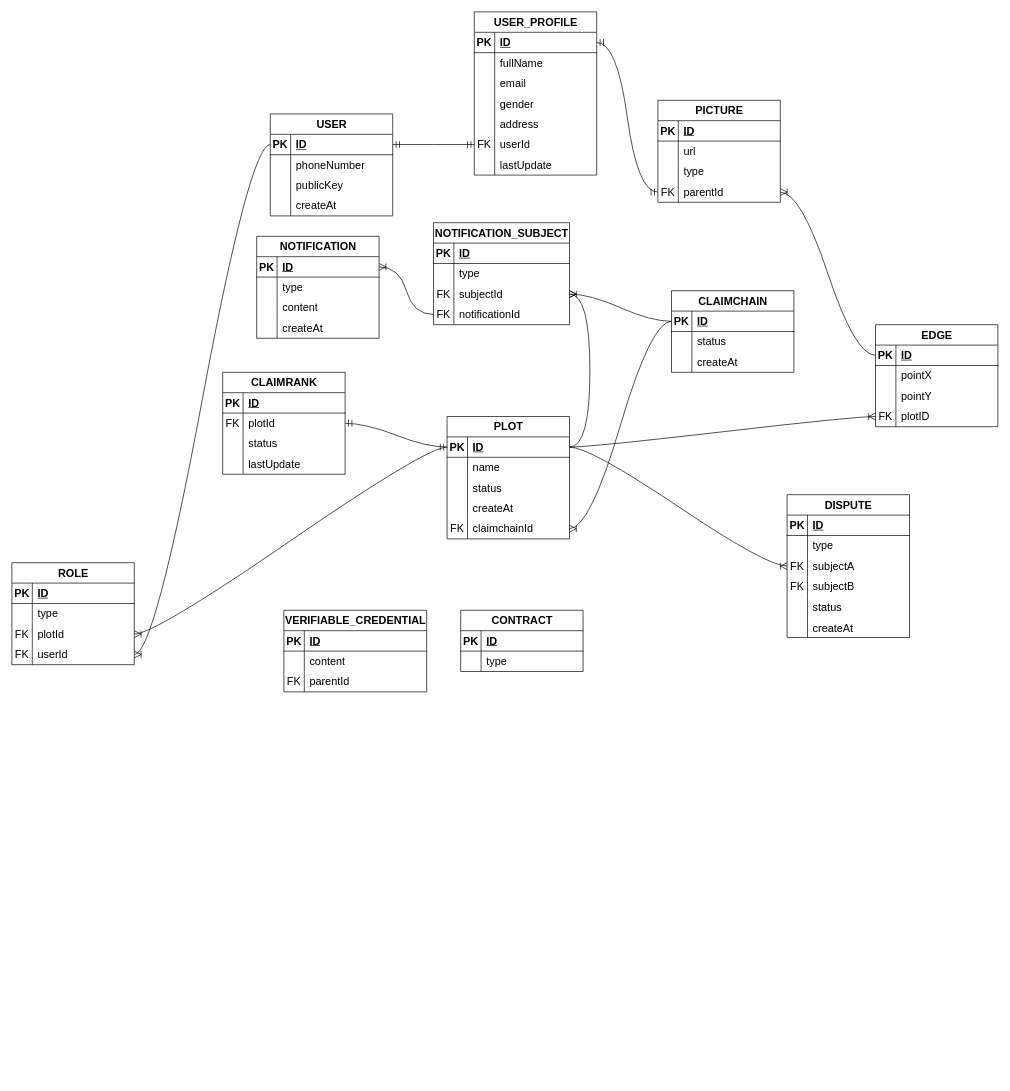
The draw.io diagram Untitled Diagram.drawio in qukhangfx/Commonlands-DrawIO, before the edit. Source tidied: cells renumbered, new cells numbered last; positions are measured from the earlier drawing's top-left corner, leaving out a move shared by most shapes. Both pictures are drawn from the tidied source at 68%, with x=0, y=0 at pixel (12, 12).
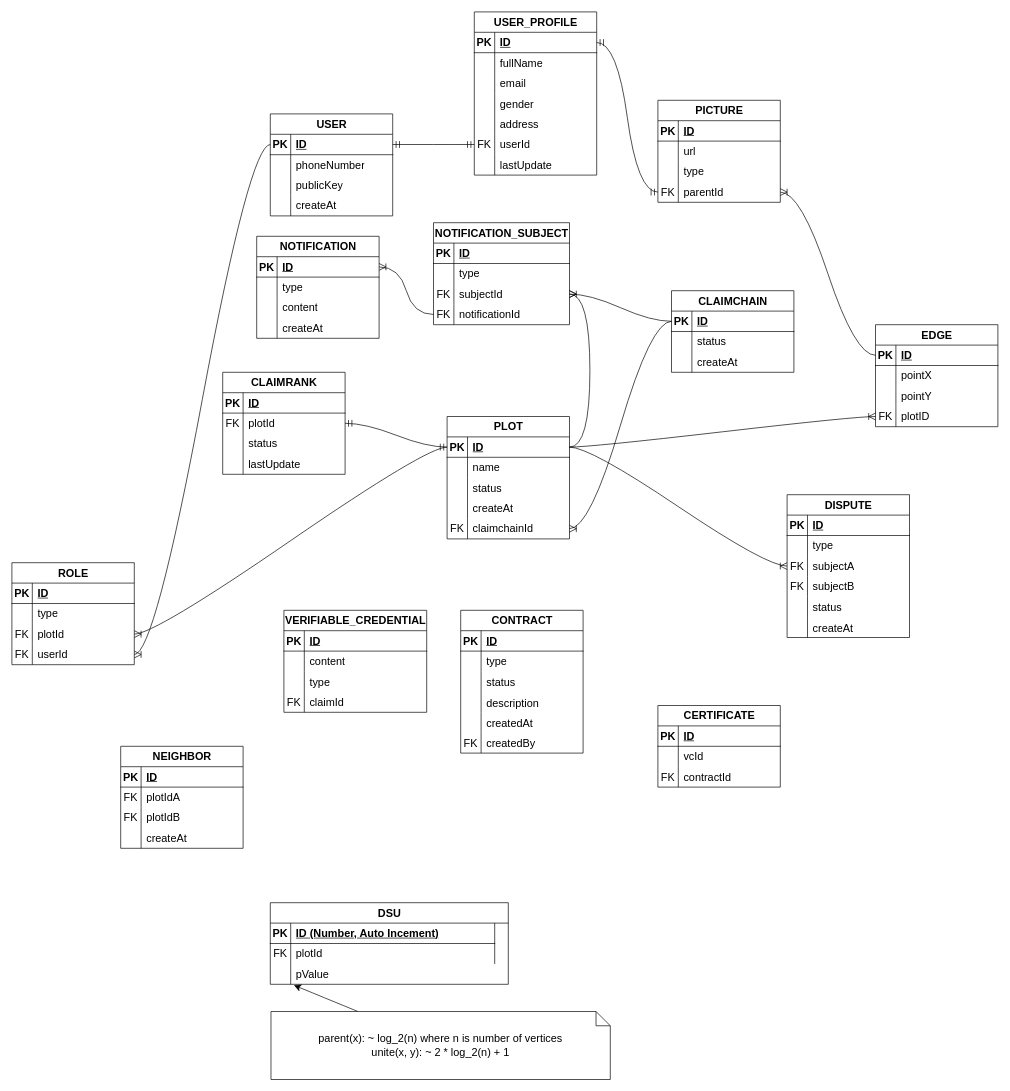
Above is the later version.

Change to the diagram source:
```diff
@@
     <mxCell id="155" value="VERIFIABLE_CREDENTIAL" style="shape=table;startSize=30;childLayout=tableLayout;rowLines=0;fontStyle=1;align=center;html=1;fontSize=16;" parent="1" vertex="1">
-      <mxGeometry x="400" y="880" width="210" height="120" as="geometry" />
+      <mxGeometry x="400" y="880" width="210" height="150" as="geometry" />
     </mxCell>
@@
+    <mxCell id="190" style="shape=tableRow;horizontal=0;startSize=0;swimlaneHead=0;swimlaneBody=0;fillColor=none;top=0;left=0;right=0;bottom=0;fontSize=16;" parent="155" vertex="1">
+      <mxGeometry y="90" width="210" height="30" as="geometry" />
+    </mxCell>
+    <mxCell id="191" style="shape=partialRectangle;fillColor=none;top=0;left=0;bottom=0;right=0;overflow=hidden;fontSize=16;" parent="190" vertex="1">
+      <mxGeometry width="30" height="30" as="geometry" />
+    </mxCell>
+    <mxCell id="192" value="type" style="shape=partialRectangle;fillColor=none;top=0;left=0;bottom=0;right=0;align=left;spacingLeft=6;overflow=hidden;fontSize=16;" parent="190" vertex="1">
+      <mxGeometry x="30" width="180" height="30" as="geometry" />
+    </mxCell>
     <mxCell id="162" style="shape=tableRow;horizontal=0;startSize=0;swimlaneHead=0;swimlaneBody=0;fillColor=none;top=0;left=0;right=0;bottom=0;fontSize=16;" parent="155" vertex="1">
-      <mxGeometry y="90" width="210" height="30" as="geometry" />
+      <mxGeometry y="120" width="210" height="30" as="geometry" />
     </mxCell>
@@
-    <mxCell id="164" value="parentId" style="shape=partialRectangle;fillColor=none;top=0;left=0;bottom=0;right=0;align=left;spacingLeft=6;fontStyle=0;overflow=hidden;whiteSpace=wrap;html=1;fontSize=16;" parent="162" vertex="1">
+    <mxCell id="164" value="claimId" style="shape=partialRectangle;fillColor=none;top=0;left=0;bottom=0;right=0;align=left;spacingLeft=6;fontStyle=0;overflow=hidden;whiteSpace=wrap;html=1;fontSize=16;" parent="162" vertex="1">
       <mxGeometry x="30" width="180" height="30" as="geometry" />
     </mxCell>
     <mxCell id="165" value="CONTRACT" style="shape=table;startSize=30;childLayout=tableLayout;rowLines=0;fontStyle=1;align=center;html=1;fontSize=16;" parent="1" vertex="1">
-      <mxGeometry x="660" y="880" width="180" height="90" as="geometry" />
+      <mxGeometry x="660" y="880" width="180" height="210" as="geometry" />
     </mxCell>
@@
+    <mxCell id="193" style="shape=tableRow;horizontal=0;startSize=0;swimlaneHead=0;swimlaneBody=0;fillColor=none;top=0;left=0;right=0;bottom=0;fontSize=16;" parent="165" vertex="1">
+      <mxGeometry y="90" width="180" height="30" as="geometry" />
+    </mxCell>
+    <mxCell id="194" style="shape=partialRectangle;fillColor=none;top=0;left=0;bottom=0;right=0;overflow=hidden;fontSize=16;" parent="193" vertex="1">
+      <mxGeometry width="30" height="30" as="geometry" />
+    </mxCell>
+    <mxCell id="195" value="status" style="shape=partialRectangle;fillColor=none;top=0;left=0;bottom=0;right=0;align=left;spacingLeft=6;overflow=hidden;fontSize=16;" parent="193" vertex="1">
+      <mxGeometry x="30" width="150" height="30" as="geometry" />
+    </mxCell>
+    <mxCell id="196" style="shape=tableRow;horizontal=0;startSize=0;swimlaneHead=0;swimlaneBody=0;fillColor=none;top=0;left=0;right=0;bottom=0;fontSize=16;" parent="165" vertex="1">
+      <mxGeometry y="120" width="180" height="30" as="geometry" />
+    </mxCell>
+    <mxCell id="197" style="shape=partialRectangle;fillColor=none;top=0;left=0;bottom=0;right=0;overflow=hidden;fontSize=16;" parent="196" vertex="1">
+      <mxGeometry width="30" height="30" as="geometry" />
+    </mxCell>
+    <mxCell id="198" value="description" style="shape=partialRectangle;fillColor=none;top=0;left=0;bottom=0;right=0;align=left;spacingLeft=6;overflow=hidden;fontSize=16;" parent="196" vertex="1">
+      <mxGeometry x="30" width="150" height="30" as="geometry" />
+    </mxCell>
+    <mxCell id="199" style="shape=tableRow;horizontal=0;startSize=0;swimlaneHead=0;swimlaneBody=0;fillColor=none;top=0;left=0;right=0;bottom=0;fontSize=16;" parent="165" vertex="1">
+      <mxGeometry y="150" width="180" height="30" as="geometry" />
+    </mxCell>
+    <mxCell id="200" style="shape=partialRectangle;fillColor=none;top=0;left=0;bottom=0;right=0;overflow=hidden;fontSize=16;" parent="199" vertex="1">
+      <mxGeometry width="30" height="30" as="geometry" />
+    </mxCell>
+    <mxCell id="201" value="createdAt" style="shape=partialRectangle;fillColor=none;top=0;left=0;bottom=0;right=0;align=left;spacingLeft=6;overflow=hidden;fontSize=16;" parent="199" vertex="1">
+      <mxGeometry x="30" width="150" height="30" as="geometry" />
+    </mxCell>
+    <mxCell id="202" style="shape=tableRow;horizontal=0;startSize=0;swimlaneHead=0;swimlaneBody=0;fillColor=none;top=0;left=0;right=0;bottom=0;fontSize=16;" parent="165" vertex="1">
+      <mxGeometry y="180" width="180" height="30" as="geometry" />
+    </mxCell>
+    <mxCell id="203" value="FK" style="shape=partialRectangle;fillColor=none;top=0;left=0;bottom=0;right=0;overflow=hidden;fontSize=16;" parent="202" vertex="1">
+      <mxGeometry width="30" height="30" as="geometry" />
+    </mxCell>
+    <mxCell id="204" value="createdBy" style="shape=partialRectangle;fillColor=none;top=0;left=0;bottom=0;right=0;align=left;spacingLeft=6;overflow=hidden;fontSize=16;" parent="202" vertex="1">
+      <mxGeometry x="30" width="150" height="30" as="geometry" />
+    </mxCell>
@@
+    <mxCell id="205" value="CERTIFICATE" style="shape=table;startSize=30;childLayout=tableLayout;rowLines=0;fontStyle=1;align=center;html=1;fontSize=16;" parent="1" vertex="1">
+      <mxGeometry x="950" y="1020" width="180" height="120" as="geometry" />
+    </mxCell>
+    <mxCell id="206" style="shape=tableRow;horizontal=0;startSize=0;swimlaneHead=0;swimlaneBody=0;fillColor=none;top=0;left=0;right=0;bottom=1;fontSize=16;" parent="205" vertex="1">
+      <mxGeometry y="30" width="180" height="30" as="geometry" />
+    </mxCell>
+    <mxCell id="207" value="PK" style="shape=partialRectangle;fillColor=none;top=0;left=0;bottom=0;right=0;fontStyle=1;overflow=hidden;whiteSpace=wrap;html=1;fontSize=16;" parent="206" vertex="1">
+      <mxGeometry width="30" height="30" as="geometry" />
+    </mxCell>
+    <mxCell id="208" value="ID" style="shape=partialRectangle;fillColor=none;top=0;left=0;bottom=0;right=0;align=left;spacingLeft=6;fontStyle=5;overflow=hidden;whiteSpace=wrap;html=1;fontSize=16;" parent="206" vertex="1">
+      <mxGeometry x="30" width="150" height="30" as="geometry" />
+    </mxCell>
+    <mxCell id="209" style="shape=tableRow;horizontal=0;startSize=0;swimlaneHead=0;swimlaneBody=0;fillColor=none;top=0;left=0;right=0;bottom=0;fontSize=16;" parent="205" vertex="1">
+      <mxGeometry y="60" width="180" height="30" as="geometry" />
+    </mxCell>
+    <mxCell id="210" style="shape=partialRectangle;fillColor=none;top=0;left=0;bottom=0;right=0;overflow=hidden;whiteSpace=wrap;html=1;fontSize=16;" parent="209" vertex="1">
+      <mxGeometry width="30" height="30" as="geometry" />
+    </mxCell>
+    <mxCell id="211" value="vcId" style="shape=partialRectangle;fillColor=none;top=0;left=0;bottom=0;right=0;align=left;spacingLeft=6;overflow=hidden;whiteSpace=wrap;html=1;fontSize=16;" parent="209" vertex="1">
+      <mxGeometry x="30" width="150" height="30" as="geometry" />
+    </mxCell>
+    <mxCell id="212" style="shape=tableRow;horizontal=0;startSize=0;swimlaneHead=0;swimlaneBody=0;fillColor=none;top=0;left=0;right=0;bottom=0;fontSize=16;" parent="205" vertex="1">
+      <mxGeometry y="90" width="180" height="30" as="geometry" />
+    </mxCell>
+    <mxCell id="213" value="FK" style="shape=partialRectangle;fillColor=none;top=0;left=0;bottom=0;right=0;overflow=hidden;whiteSpace=wrap;html=1;fontSize=16;" parent="212" vertex="1">
+      <mxGeometry width="30" height="30" as="geometry" />
+    </mxCell>
+    <mxCell id="214" value="contractId" style="shape=partialRectangle;fillColor=none;top=0;left=0;bottom=0;right=0;align=left;spacingLeft=6;overflow=hidden;whiteSpace=wrap;html=1;fontSize=16;" parent="212" vertex="1">
+      <mxGeometry x="30" width="150" height="30" as="geometry" />
+    </mxCell>
+    <mxCell id="215" value="NEIGHBOR" style="shape=table;startSize=30;childLayout=tableLayout;rowLines=0;fontStyle=1;align=center;html=1;fontSize=16;" parent="1" vertex="1">
+      <mxGeometry x="160" y="1080" width="180" height="150" as="geometry" />
+    </mxCell>
+    <mxCell id="216" style="shape=tableRow;horizontal=0;startSize=0;swimlaneHead=0;swimlaneBody=0;fillColor=none;top=0;left=0;right=0;bottom=1;fontSize=16;" parent="215" vertex="1">
+      <mxGeometry y="30" width="180" height="30" as="geometry" />
+    </mxCell>
+    <mxCell id="217" value="PK" style="shape=partialRectangle;fillColor=none;top=0;left=0;bottom=0;right=0;fontStyle=1;overflow=hidden;whiteSpace=wrap;html=1;fontSize=16;" parent="216" vertex="1">
+      <mxGeometry width="30" height="30" as="geometry" />
+    </mxCell>
+    <mxCell id="218" value="ID" style="shape=partialRectangle;fillColor=none;top=0;left=0;bottom=0;right=0;align=left;spacingLeft=6;fontStyle=5;overflow=hidden;whiteSpace=wrap;html=1;fontSize=16;" parent="216" vertex="1">
+      <mxGeometry x="30" width="150" height="30" as="geometry" />
+    </mxCell>
+    <mxCell id="219" style="shape=tableRow;horizontal=0;startSize=0;swimlaneHead=0;swimlaneBody=0;fillColor=none;top=0;left=0;right=0;bottom=0;fontSize=16;" parent="215" vertex="1">
+      <mxGeometry y="60" width="180" height="30" as="geometry" />
+    </mxCell>
+    <mxCell id="220" value="FK" style="shape=partialRectangle;fillColor=none;top=0;left=0;bottom=0;right=0;overflow=hidden;whiteSpace=wrap;html=1;fontSize=16;" parent="219" vertex="1">
+      <mxGeometry width="30" height="30" as="geometry" />
+    </mxCell>
+    <mxCell id="221" value="plotIdA" style="shape=partialRectangle;fillColor=none;top=0;left=0;bottom=0;right=0;align=left;spacingLeft=6;overflow=hidden;whiteSpace=wrap;html=1;fontSize=16;" parent="219" vertex="1">
+      <mxGeometry x="30" width="150" height="30" as="geometry" />
+    </mxCell>
+    <mxCell id="222" style="shape=tableRow;horizontal=0;startSize=0;swimlaneHead=0;swimlaneBody=0;fillColor=none;top=0;left=0;right=0;bottom=0;fontSize=16;" parent="215" vertex="1">
+      <mxGeometry y="90" width="180" height="30" as="geometry" />
+    </mxCell>
+    <mxCell id="223" value="FK" style="shape=partialRectangle;fillColor=none;top=0;left=0;bottom=0;right=0;overflow=hidden;whiteSpace=wrap;html=1;fontSize=16;" parent="222" vertex="1">
+      <mxGeometry width="30" height="30" as="geometry" />
+    </mxCell>
+    <mxCell id="224" value="plotIdB" style="shape=partialRectangle;fillColor=none;top=0;left=0;bottom=0;right=0;align=left;spacingLeft=6;overflow=hidden;whiteSpace=wrap;html=1;fontSize=16;" parent="222" vertex="1">
+      <mxGeometry x="30" width="150" height="30" as="geometry" />
+    </mxCell>
+    <mxCell id="225" style="shape=tableRow;horizontal=0;startSize=0;swimlaneHead=0;swimlaneBody=0;fillColor=none;top=0;left=0;right=0;bottom=0;fontSize=16;" parent="215" vertex="1">
+      <mxGeometry y="120" width="180" height="30" as="geometry" />
+    </mxCell>
+    <mxCell id="226" style="shape=partialRectangle;fillColor=none;top=0;left=0;bottom=0;right=0;overflow=hidden;whiteSpace=wrap;html=1;fontSize=16;" parent="225" vertex="1">
+      <mxGeometry width="30" height="30" as="geometry" />
+    </mxCell>
+    <mxCell id="227" value="createAt" style="shape=partialRectangle;fillColor=none;top=0;left=0;bottom=0;right=0;align=left;spacingLeft=6;overflow=hidden;whiteSpace=wrap;html=1;fontSize=16;" parent="225" vertex="1">
+      <mxGeometry x="30" width="150" height="30" as="geometry" />
+    </mxCell>
+    <mxCell id="228" value="DSU" style="shape=table;startSize=30;childLayout=tableLayout;rowLines=0;fontStyle=1;align=center;html=1;fontSize=16;" parent="1" vertex="1">
+      <mxGeometry x="380" y="1310" width="350" height="120" as="geometry" />
+    </mxCell>
+    <mxCell id="229" style="shape=tableRow;horizontal=0;startSize=0;swimlaneHead=0;swimlaneBody=0;fillColor=none;top=0;left=0;right=0;bottom=1;fontSize=16;" parent="228" vertex="1">
+      <mxGeometry y="30" width="330" height="30" as="geometry" />
+    </mxCell>
+    <mxCell id="230" value="PK" style="shape=partialRectangle;fillColor=none;top=0;left=0;bottom=0;right=0;fontStyle=1;overflow=hidden;whiteSpace=wrap;html=1;fontSize=16;" parent="229" vertex="1">
+      <mxGeometry width="30" height="30" as="geometry" />
+    </mxCell>
+    <mxCell id="231" value="ID (Number, Auto Incement)" style="shape=partialRectangle;fillColor=none;top=0;left=0;bottom=0;right=0;align=left;spacingLeft=6;fontStyle=5;overflow=hidden;whiteSpace=wrap;html=1;fontSize=16;" parent="229" vertex="1">
+      <mxGeometry x="30" width="300" height="30" as="geometry" />
+    </mxCell>
+    <mxCell id="232" style="shape=tableRow;horizontal=0;startSize=0;swimlaneHead=0;swimlaneBody=0;fillColor=none;top=0;left=0;right=0;bottom=0;fontSize=16;" parent="228" vertex="1">
+      <mxGeometry y="60" width="330" height="30" as="geometry" />
+    </mxCell>
+    <mxCell id="233" value="FK" style="shape=partialRectangle;fillColor=none;top=0;left=0;bottom=0;right=0;overflow=hidden;whiteSpace=wrap;html=1;fontSize=16;" parent="232" vertex="1">
+      <mxGeometry width="30" height="30" as="geometry" />
+    </mxCell>
+    <mxCell id="234" value="plotId" style="shape=partialRectangle;fillColor=none;top=0;left=0;bottom=0;right=0;align=left;spacingLeft=6;overflow=hidden;whiteSpace=wrap;html=1;fontSize=16;" parent="232" vertex="1">
+      <mxGeometry x="30" width="300" height="30" as="geometry" />
+    </mxCell>
+    <mxCell id="235" style="shape=waypoint;sketch=0;size=6;fillColor=default;perimeter=centerPerimeter;fontSize=16;" parent="232" vertex="1">
+      <mxGeometry x="330" height="30" as="geometry" />
+    </mxCell>
+    <mxCell id="236" style="shape=tableRow;horizontal=0;startSize=0;swimlaneHead=0;swimlaneBody=0;fillColor=none;points=[[0,0.5],[1,0.5]];portConstraint=eastwest;top=0;left=0;right=0;bottom=0;fontSize=16;" parent="228" vertex="1">
+      <mxGeometry y="90" width="330" height="30" as="geometry" />
+    </mxCell>
+    <mxCell id="237" style="shape=partialRectangle;fillColor=none;top=0;left=0;bottom=0;right=0;overflow=hidden;whiteSpace=wrap;html=1;fontSize=16;" parent="236" vertex="1">
+      <mxGeometry width="30" height="30" as="geometry" />
+    </mxCell>
+    <mxCell id="238" value="pValue" style="shape=partialRectangle;fillColor=none;top=0;left=0;bottom=0;right=0;align=left;spacingLeft=6;overflow=hidden;whiteSpace=wrap;html=1;fontSize=16;" parent="236" vertex="1">
+      <mxGeometry x="30" width="300" height="30" as="geometry" />
+    </mxCell>
+    <mxCell id="239" style="edgeStyle=none;curved=1;rounded=0;jettySize=auto;html=1;entryX=0.105;entryY=1.044;entryDx=0;entryDy=0;entryPerimeter=0;fontSize=12;startSize=8;endSize=8;" parent="1" edge="1" source="240" target="236">
+      <mxGeometry relative="1" as="geometry" />
+    </mxCell>
+    <mxCell id="240" value="parent(x): ~ log_2(n) where n is number of vertices&lt;br&gt;unite(x, y): ~ 2 * log_2(n) + 1" style="shape=note;size=21;whiteSpace=wrap;html=1;fontSize=16;" parent="1" vertex="1">
+      <mxGeometry x="381" y="1470" width="499" height="100" as="geometry" />
+    </mxCell>
```
